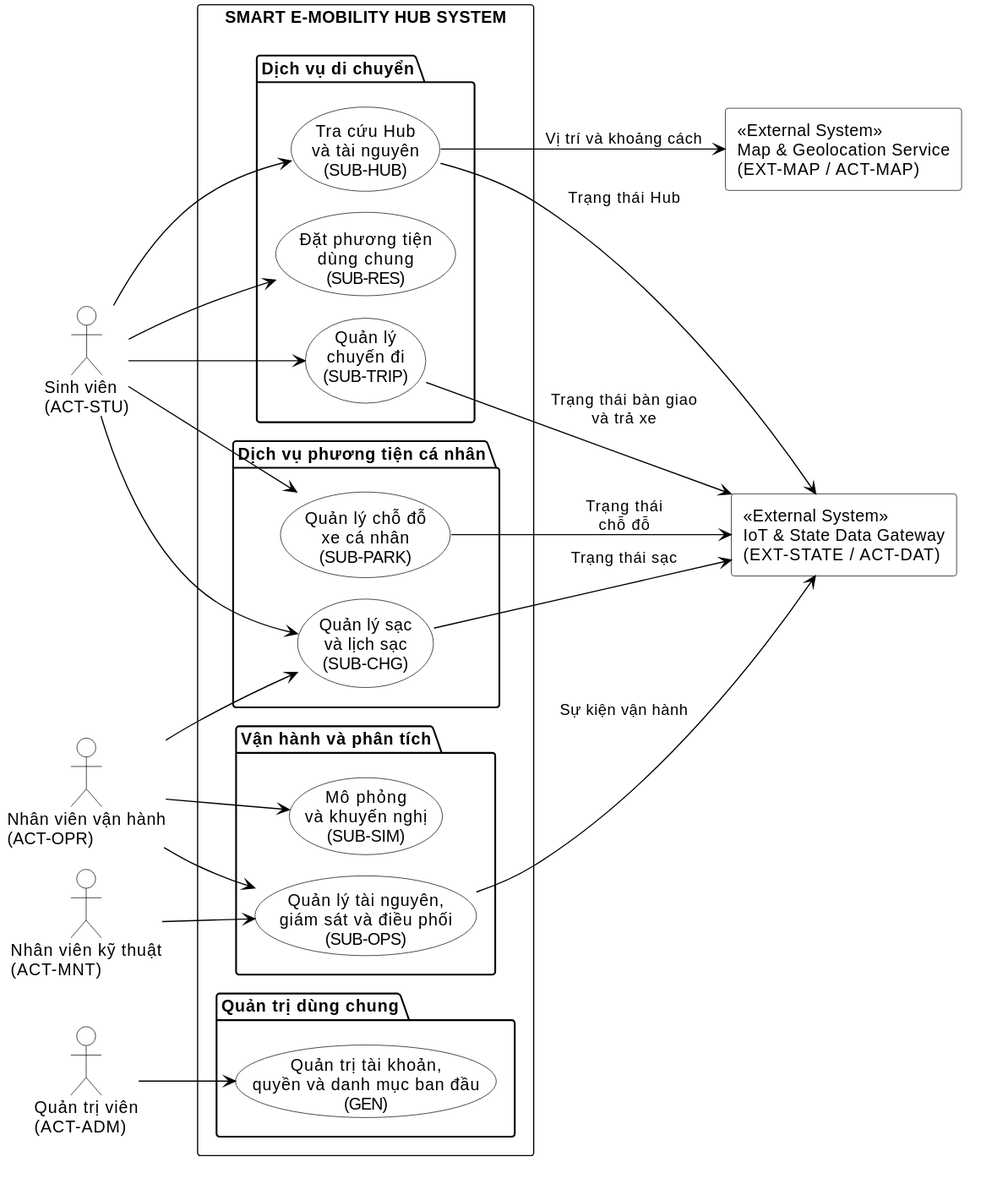
Above: docs/phase-2/diagrams/system/system-use-case.svg in tranbaoanh21/software-engineering-assignment (PlantUML), before the change.
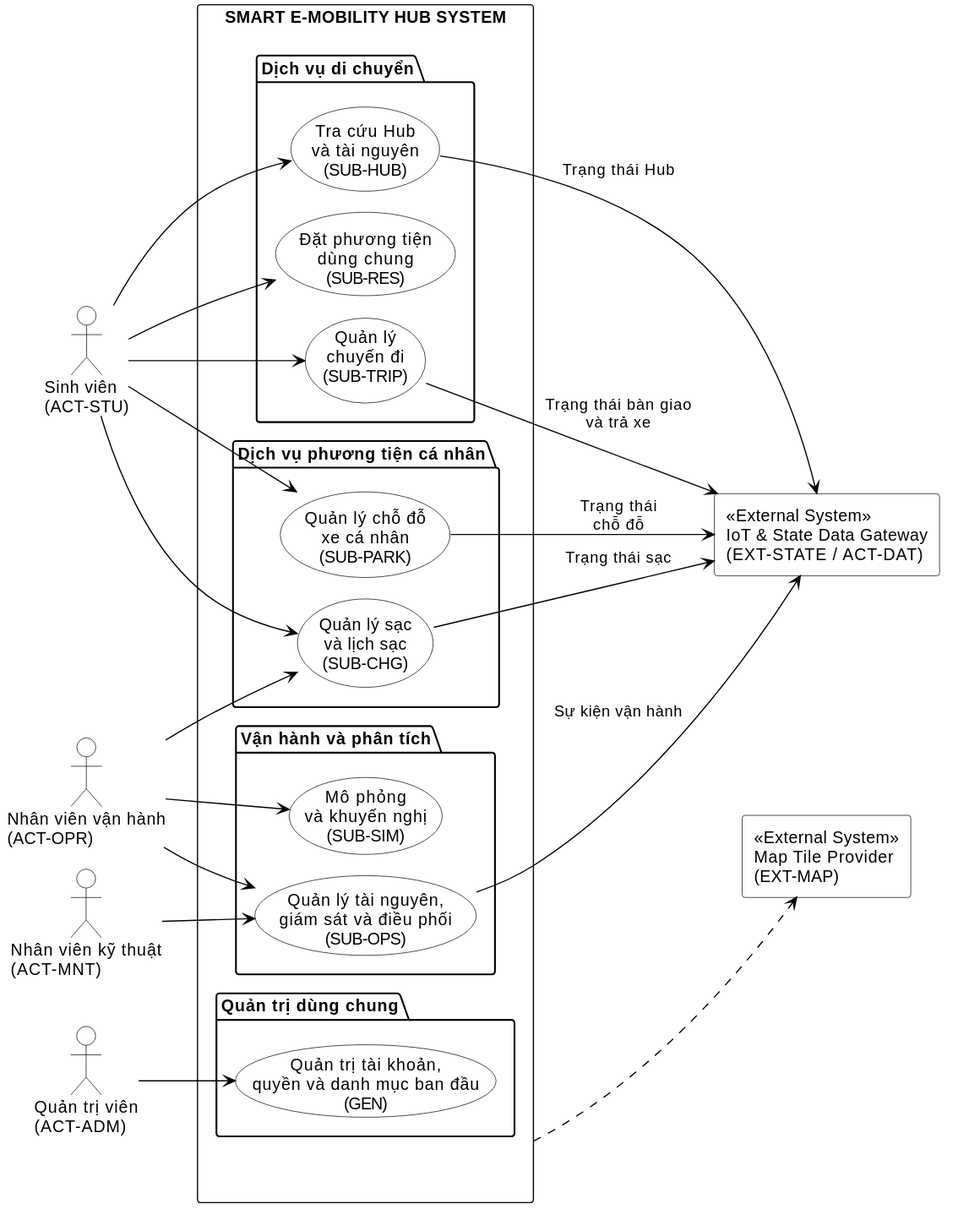
The same file after the commit.

The edit, as a diff of the source:
```diff
@@ -33,10 +33,10 @@
 
 
 rectangle "<<External System>>\nIoT & State Data Gateway\n(EXT-STATE / ACT-DAT)" as StateSource
-rectangle "<<External System>>\nMap & Geolocation Service\n(EXT-MAP / ACT-MAP)" as MapSource
+rectangle "<<External System>>\nMap Tile Provider\n(EXT-MAP)" as MapSource
 
 
-rectangle "SMART E-MOBILITY HUB SYSTEM" {
+rectangle "SMART E-MOBILITY HUB SYSTEM" as SEMH {
 
     package "Dịch vụ di chuyển" {
 
@@ -82,7 +82,8 @@
 
 
 UC_Hub --> StateSource : "Trạng thái Hub"
-UC_Hub --> MapSource : "Vị trí và khoảng cách"
+UC_Hub -[hidden]-> MapSource
+SEMH ..> MapSource
 UC_Trip --> StateSource : "Trạng thái bàn giao\nvà trả xe"
 UC_Parking --> StateSource : "Trạng thái\nchỗ đỗ"
 UC_Charging --> StateSource : "Trạng thái sạc"
```
